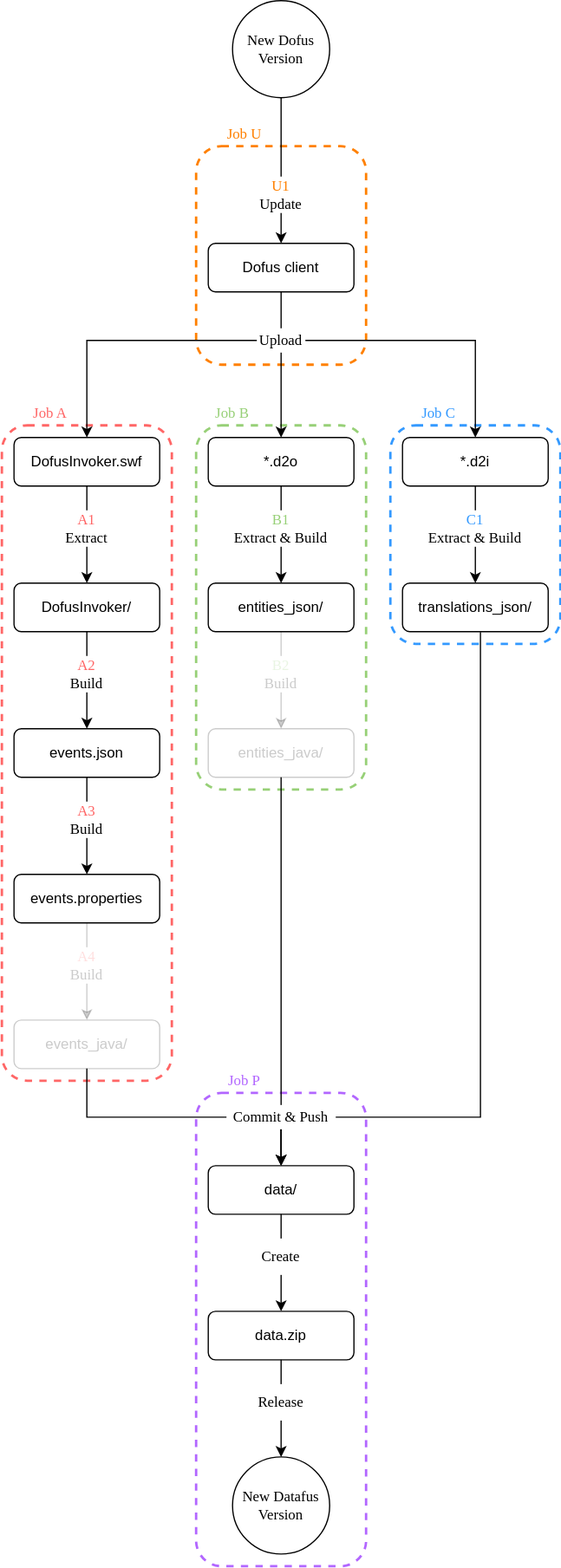
bot4dofus/Datafus keeps this draw.io diagram as images/Flows.drawio.svg. Above is the earlier version. Source tidied: cells renumbered, new cells last; positions are measured from the earlier drawing's top-left corner, leaving out a move shared by most shapes.
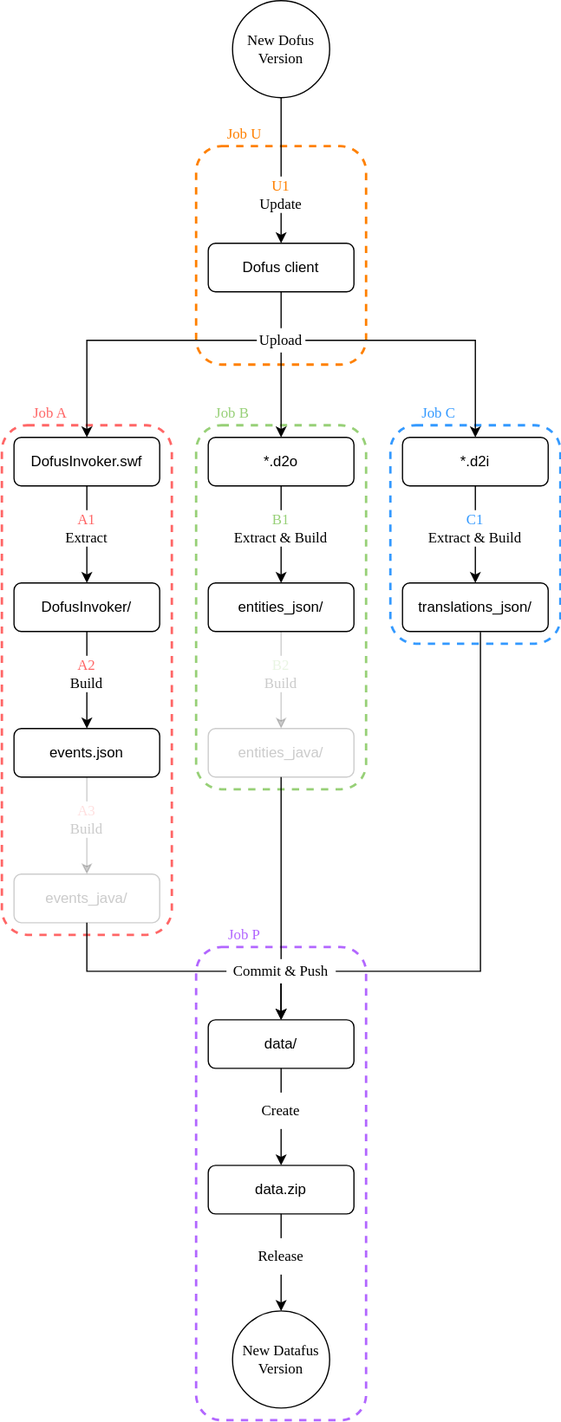
After the change.

Diff of the diagram source:
```diff
@@ -3,13 +3,13 @@
     <mxCell id="0" />
     <mxCell id="1" parent="0" />
     <mxCell id="2" style="rounded=1;whiteSpace=wrap;html=1;fontFamily=Georgia;fillColor=none;dashed=1;strokeWidth=2;strokeColor=#B266FF;" parent="1" vertex="1">
-      <mxGeometry x="160" y="900" width="140" height="390" as="geometry" />
+      <mxGeometry x="160" y="780" width="140" height="390" as="geometry" />
     </mxCell>
     <mxCell id="3" style="rounded=1;whiteSpace=wrap;html=1;fontFamily=Georgia;fillColor=none;dashed=1;strokeWidth=2;strokeColor=#FF8000;" parent="1" vertex="1">
       <mxGeometry x="160" y="120" width="140" height="180" as="geometry" />
     </mxCell>
     <mxCell id="4" style="rounded=1;whiteSpace=wrap;html=1;fontFamily=Georgia;fillColor=none;dashed=1;strokeWidth=2;strokeColor=#FF6666;" parent="1" vertex="1">
-      <mxGeometry y="350" width="140" height="540" as="geometry" />
+      <mxGeometry y="350" width="140" height="420" as="geometry" />
     </mxCell>
     <mxCell id="5" style="rounded=1;whiteSpace=wrap;html=1;fontFamily=Georgia;fillColor=none;dashed=1;strokeWidth=2;strokeColor=#3399FF;" parent="1" vertex="1">
       <mxGeometry x="320" y="350" width="140" height="180" as="geometry" />
@@ -44,16 +44,13 @@
     <mxCell id="15" value="events.json" style="rounded=1;whiteSpace=wrap;html=1;fontFamily=Helvetica;" parent="1" vertex="1">
       <mxGeometry x="10" y="600" width="120" height="40" as="geometry" />
     </mxCell>
-    <mxCell id="16" value="events.properties" style="rounded=1;whiteSpace=wrap;html=1;fontFamily=Helvetica;" parent="1" vertex="1">
-      <mxGeometry x="10" y="720" width="120" height="40" as="geometry" />
-    </mxCell>
     <mxCell id="17" style="edgeStyle=orthogonalEdgeStyle;rounded=0;jettySize=auto;html=1;exitX=0.5;exitY=1;exitDx=0;exitDy=0;entryX=0.5;entryY=0;entryDx=0;entryDy=0;fontFamily=Georgia;" parent="1" edge="1" source="10" target="11">
       <mxGeometry relative="1" as="geometry" />
     </mxCell>
     <mxCell id="18" style="edgeStyle=orthogonalEdgeStyle;rounded=0;jettySize=auto;html=1;exitX=0.5;exitY=1;exitDx=0;exitDy=0;entryX=0.5;entryY=0;entryDx=0;entryDy=0;fontFamily=Georgia;" parent="1" edge="1" source="11" target="15">
       <mxGeometry relative="1" as="geometry" />
     </mxCell>
-    <mxCell id="19" style="edgeStyle=orthogonalEdgeStyle;rounded=0;jettySize=auto;html=1;exitX=0.5;exitY=1;exitDx=0;exitDy=0;entryX=0.5;entryY=0;entryDx=0;entryDy=0;fontFamily=Georgia;" parent="1" edge="1" source="15" target="16">
+    <mxCell id="19" style="edgeStyle=orthogonalEdgeStyle;rounded=0;jettySize=auto;html=1;exitX=0.5;exitY=1;exitDx=0;exitDy=0;entryX=0.5;entryY=0;entryDx=0;entryDy=0;fontFamily=Georgia;opacity=20;" parent="1" edge="1" source="15" target="35">
       <mxGeometry relative="1" as="geometry" />
     </mxCell>
     <mxCell id="20" style="edgeStyle=orthogonalEdgeStyle;rounded=0;jettySize=auto;html=1;entryX=0.5;entryY=0;entryDx=0;entryDy=0;fontFamily=Georgia;exitX=0.5;exitY=1;exitDx=0;exitDy=0;opacity=20;" parent="1" edge="1" source="12" target="14">
@@ -90,7 +87,7 @@
     <mxCell id="26" value="&lt;div style=&quot;font-size: 12px&quot;&gt;&lt;font style=&quot;font-size: 12px&quot;&gt;A1&lt;/font&gt;&lt;/div&gt;&lt;div style=&quot;font-size: 12px&quot;&gt;&lt;font style=&quot;font-size: 12px&quot;&gt;&lt;font style=&quot;font-size: 12px&quot; color=&quot;#000000&quot;&gt;Extract&lt;/font&gt;&lt;br&gt;&lt;/font&gt;&lt;/div&gt;" style="text;html=1;strokeColor=none;align=center;verticalAlign=middle;whiteSpace=wrap;rounded=0;dashed=1;fontFamily=Georgia;spacing=0;fontSize=11;fontColor=#FF6666;labelBackgroundColor=none;fillColor=default;" parent="1" vertex="1">
       <mxGeometry x="50" y="420" width="40" height="30" as="geometry" />
     </mxCell>
-    <mxCell id="27" value="&lt;div&gt;&lt;font color=&quot;#FF6666&quot;&gt;A3&lt;/font&gt;&lt;br&gt;&lt;/div&gt;&lt;div&gt;Build&lt;/div&gt;" style="text;html=1;strokeColor=none;align=center;verticalAlign=middle;whiteSpace=wrap;rounded=0;dashed=1;fontFamily=Georgia;fillColor=#FFFFFF;" parent="1" vertex="1">
+    <mxCell id="27" value="&lt;div&gt;&lt;font color=&quot;#FF6666&quot;&gt;A3&lt;/font&gt;&lt;br&gt;&lt;/div&gt;&lt;div&gt;Build&lt;/div&gt;" style="text;html=1;strokeColor=none;align=center;verticalAlign=middle;whiteSpace=wrap;rounded=0;dashed=1;fontFamily=Georgia;fillColor=#FFFFFF;textOpacity=20;" parent="1" vertex="1">
       <mxGeometry x="50" y="660" width="40" height="30" as="geometry" />
     </mxCell>
     <mxCell id="28" value="&lt;div&gt;&lt;font color=&quot;#FF6666&quot;&gt;A2&lt;/font&gt;&lt;br&gt;&lt;/div&gt;&lt;div&gt;Build&lt;/div&gt;" style="text;html=1;strokeColor=none;align=center;verticalAlign=middle;whiteSpace=wrap;rounded=0;dashed=1;fontFamily=Georgia;fillColor=#FFFFFF;" parent="1" vertex="1">
@@ -115,22 +112,16 @@
       <mxGeometry x="340" y="330" width="40" height="20" as="geometry" />
     </mxCell>
     <mxCell id="35" value="events_java/" style="rounded=1;whiteSpace=wrap;html=1;fontFamily=Helvetica;opacity=20;textOpacity=20;" parent="1" vertex="1">
-      <mxGeometry x="10" y="840" width="120" height="40" as="geometry" />
+      <mxGeometry x="10" y="720" width="120" height="40" as="geometry" />
     </mxCell>
-    <mxCell id="36" style="edgeStyle=orthogonalEdgeStyle;rounded=0;jettySize=auto;html=1;entryX=0.5;entryY=0;entryDx=0;entryDy=0;fontFamily=Georgia;exitX=0.5;exitY=1;exitDx=0;exitDy=0;opacity=20;textOpacity=20;" parent="1" edge="1" source="16" target="35">
-      <mxGeometry relative="1" as="geometry" />
-    </mxCell>
-    <mxCell id="37" value="&lt;div&gt;&lt;font color=&quot;#FF6666&quot;&gt;A4&lt;/font&gt;&lt;br&gt;&lt;/div&gt;&lt;div&gt;Build&lt;/div&gt;" style="text;html=1;strokeColor=none;align=center;verticalAlign=middle;whiteSpace=wrap;rounded=0;dashed=1;fontFamily=Georgia;fillColor=#FFFFFF;textOpacity=20;" parent="1" vertex="1">
-      <mxGeometry x="50" y="780" width="40" height="30" as="geometry" />
-    </mxCell>
     <mxCell id="38" value="data/" style="rounded=1;whiteSpace=wrap;html=1;fontFamily=Helvetica;" parent="1" vertex="1">
-      <mxGeometry x="170" y="960" width="120" height="40" as="geometry" />
+      <mxGeometry x="170" y="840" width="120" height="40" as="geometry" />
     </mxCell>
     <mxCell id="39" style="edgeStyle=orthogonalEdgeStyle;rounded=0;jettySize=auto;html=1;exitX=0.5;exitY=1;exitDx=0;exitDy=0;fontFamily=Georgia;entryX=0.5;entryY=0;entryDx=0;entryDy=0;" parent="1" edge="1" source="35" target="38">
       <mxGeometry relative="1" as="geometry">
         <Array as="points">
-          <mxPoint x="70" y="920" />
-          <mxPoint x="230" y="920" />
+          <mxPoint x="70" y="800" />
+          <mxPoint x="230" y="800" />
         </Array>
       </mxGeometry>
     </mxCell>
@@ -140,34 +131,34 @@
     <mxCell id="41" style="edgeStyle=orthogonalEdgeStyle;rounded=0;jettySize=auto;html=1;fontFamily=Georgia;exitX=0.535;exitY=1.007;exitDx=0;exitDy=0;exitPerimeter=0;entryX=0.5;entryY=0;entryDx=0;entryDy=0;" parent="1" edge="1" source="13" target="38">
       <mxGeometry relative="1" as="geometry">
         <Array as="points">
-          <mxPoint x="394" y="920" />
-          <mxPoint x="230" y="920" />
+          <mxPoint x="394" y="800" />
+          <mxPoint x="230" y="800" />
         </Array>
       </mxGeometry>
     </mxCell>
     <mxCell id="42" value="&lt;div&gt;Commit &amp;amp; Push&lt;br&gt;&lt;/div&gt;" style="text;html=1;strokeColor=none;align=center;verticalAlign=middle;whiteSpace=wrap;rounded=0;dashed=1;fontFamily=Georgia;fillColor=#FFFFFF;" parent="1" vertex="1">
-      <mxGeometry x="185" y="910" width="90" height="20" as="geometry" />
+      <mxGeometry x="185" y="790" width="90" height="20" as="geometry" />
     </mxCell>
     <mxCell id="43" style="edgeStyle=orthogonalEdgeStyle;rounded=0;jettySize=auto;html=1;exitX=0.5;exitY=1;exitDx=0;exitDy=0;fontFamily=Georgia;entryX=0.5;entryY=0;entryDx=0;entryDy=0;" parent="1" edge="1" source="38" target="44">
       <mxGeometry relative="1" as="geometry" />
     </mxCell>
     <mxCell id="44" value="data.zip" style="rounded=1;whiteSpace=wrap;html=1;fontFamily=Helvetica;" parent="1" vertex="1">
-      <mxGeometry x="170" y="1080" width="120" height="40" as="geometry" />
+      <mxGeometry x="170" y="960" width="120" height="40" as="geometry" />
     </mxCell>
     <mxCell id="45" value="New Datafus Version" style="ellipse;whiteSpace=wrap;html=1;fontFamily=Georgia;" parent="1" vertex="1">
-      <mxGeometry x="190" y="1200" width="80" height="80" as="geometry" />
+      <mxGeometry x="190" y="1080" width="80" height="80" as="geometry" />
     </mxCell>
     <mxCell id="46" style="edgeStyle=orthogonalEdgeStyle;rounded=0;jettySize=auto;html=1;exitX=0.5;exitY=1;exitDx=0;exitDy=0;fontFamily=Georgia;entryX=0.5;entryY=0;entryDx=0;entryDy=0;" parent="1" edge="1" source="44" target="45">
       <mxGeometry relative="1" as="geometry" />
     </mxCell>
     <mxCell id="47" value="Create" style="text;html=1;strokeColor=none;align=center;verticalAlign=middle;whiteSpace=wrap;rounded=0;dashed=1;fontFamily=Georgia;fillColor=#FFFFFF;" parent="1" vertex="1">
-      <mxGeometry x="210" y="1020" width="40" height="30" as="geometry" />
+      <mxGeometry x="210" y="900" width="40" height="30" as="geometry" />
     </mxCell>
     <mxCell id="48" value="Release" style="text;html=1;strokeColor=none;align=center;verticalAlign=middle;whiteSpace=wrap;rounded=0;dashed=1;fontFamily=Georgia;fillColor=#FFFFFF;" parent="1" vertex="1">
-      <mxGeometry x="210" y="1140" width="40" height="30" as="geometry" />
+      <mxGeometry x="210" y="1020" width="40" height="30" as="geometry" />
     </mxCell>
     <mxCell id="49" value="Job P" style="text;html=1;strokeColor=none;align=center;verticalAlign=middle;whiteSpace=wrap;rounded=0;dashed=1;fontFamily=Georgia;fontColor=#B266FF;" parent="1" vertex="1">
-      <mxGeometry x="180" y="880" width="40" height="20" as="geometry" />
+      <mxGeometry x="180" y="760" width="40" height="20" as="geometry" />
     </mxCell>
     <mxCell id="50" value="&lt;font color=&quot;#FF8000&quot;&gt;Job U&lt;br&gt;&lt;/font&gt;" style="text;html=1;strokeColor=none;align=center;verticalAlign=middle;whiteSpace=wrap;rounded=0;dashed=1;fontFamily=Georgia;fontColor=#97D077;" parent="1" vertex="1">
       <mxGeometry x="180" y="100" width="40" height="20" as="geometry" />
```
